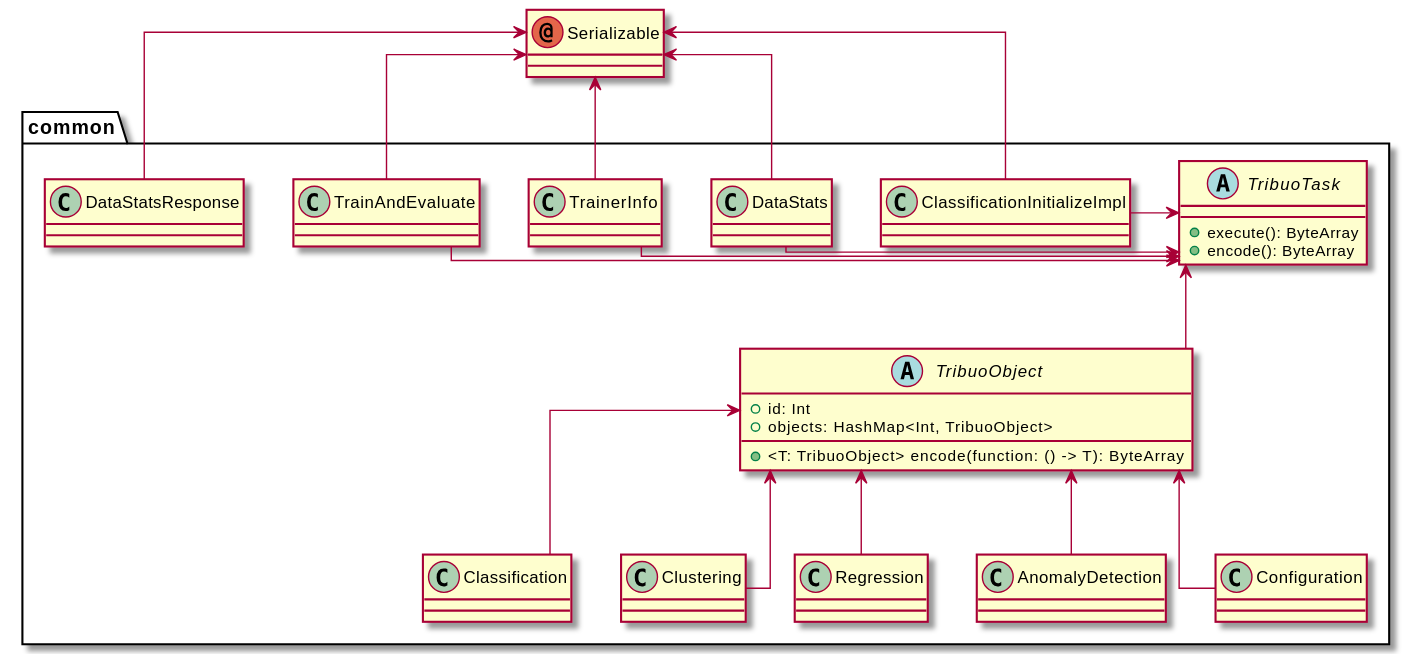
Earlier version of the PlantUML export tribuo-tutorials/docs/tribuo-task.svg (R3Conclave/conclave-samples).
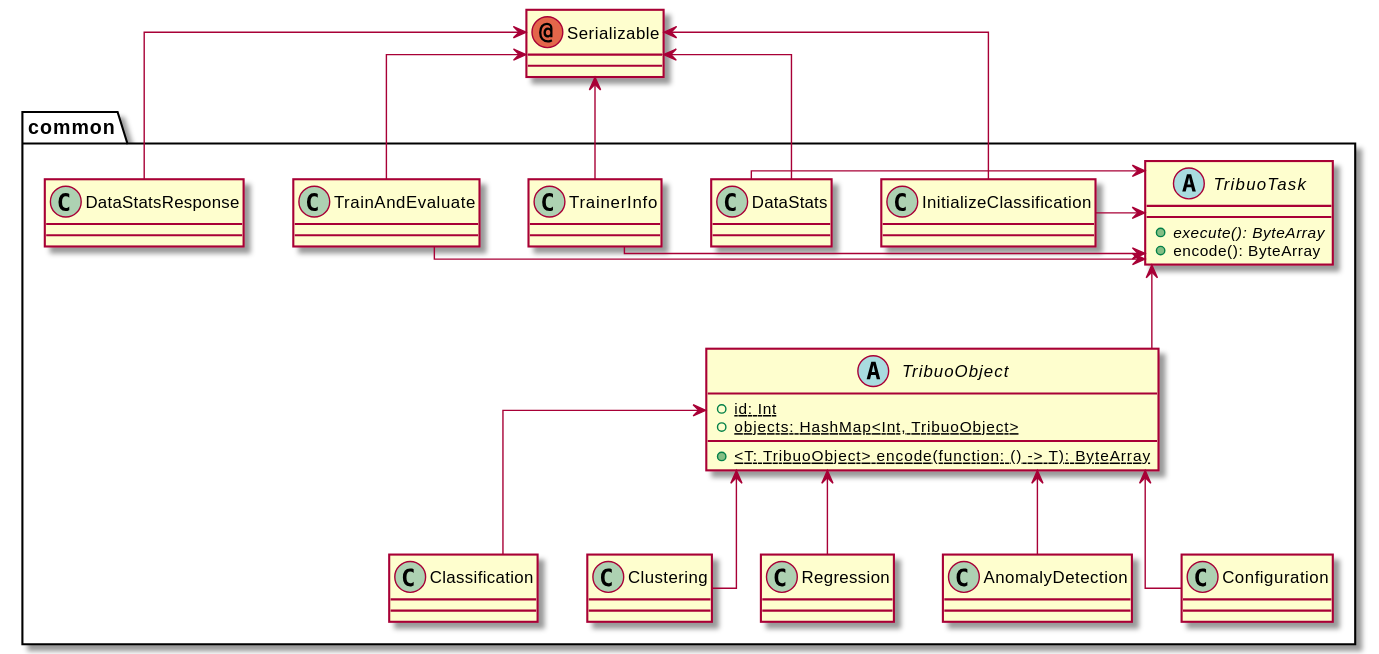
The same diagram one commit later.

The edit, as a diff of the source:
```diff
@@ -5,13 +5,13 @@
 
 package common {
     abstract TribuoTask {
-        + execute(): ByteArray
+        + {abstract} execute(): ByteArray
         + encode(): ByteArray
     }
     abstract TribuoObject {
-        + id: Int
-        + objects: HashMap<Int, TribuoObject>
-        + <T: TribuoObject> encode(function: () -> T): ByteArray
+        + {static} id: Int
+        + {static} objects: HashMap<Int, TribuoObject>
+        + {static} <T: TribuoObject> encode(function: () -> T): ByteArray
     }
     TribuoObject -u-> TribuoTask
 
@@ -27,8 +27,7 @@
     common_anomaly_detection -u-> TribuoObject
     common_configuration -u-> TribuoObject
 
-    class DataStats
-    ClassificationInitializeImpl -r-> TribuoTask
+    InitializeClassification -r-> TribuoTask
     DataStats -r-> TribuoTask
     TrainerInfo -r-> TribuoTask
     TrainAndEvaluate -r-> TribuoTask
```
